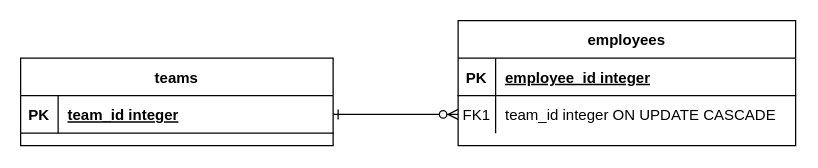
Before: Диаграмма без названия.drawio in mackchay/pg_FKtest, a draw.io diagram. Source tidied: cells renumbered, new cells numbered last; positions are measured from the earlier drawing's top-left corner, leaving out a move shared by most shapes. Both pictures are drawn from the tidied source at 125%, with x=0, y=0 at pixel (20, 20).
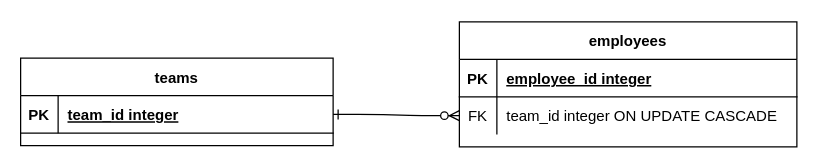
After the change.

The edit, as a diff of the source:
```diff
@@
 <mxGraphModel>
   <root>
     <mxCell id="0" />
     <mxCell id="1" parent="0" />
     <mxCell id="2" style="edgeStyle=entityRelationEdgeStyle;endArrow=ERzeroToMany;startArrow=ERone;endFill=1;startFill=0;" parent="1" edge="1" source="11" target="7">
       <mxGeometry relative="1" as="geometry" />
     </mxCell>
     <mxCell id="3" value="employees" style="shape=table;startSize=30;childLayout=tableLayout;rowLines=0;fontStyle=1;align=center;" parent="1" vertex="1">
-      <mxGeometry x="350" width="270" height="100" as="geometry" />
+      <mxGeometry x="351" y="1" width="270" height="100" as="geometry" />
     </mxCell>
     <mxCell id="4" style="shape=partialRectangle;fillColor=none;top=0;left=0;right=0;bottom=1;" parent="3" vertex="1">
       <mxGeometry y="30" width="270" height="30" as="geometry" />
     </mxCell>
     <mxCell id="5" value="PK" style="shape=partialRectangle;overflow=hidden;fillColor=none;top=0;left=0;bottom=0;right=0;fontStyle=1;" parent="4" vertex="1">
       <mxGeometry width="30" height="30" as="geometry" />
     </mxCell>
     <mxCell id="6" value="employee_id integer" style="shape=partialRectangle;overflow=hidden;fillColor=none;top=0;left=0;bottom=0;right=0;align=left;spacingLeft=6;fontStyle=5;" parent="4" vertex="1">
       <mxGeometry x="30" width="240" height="30" as="geometry" />
     </mxCell>
     <mxCell id="7" style="shape=partialRectangle;fillColor=none;points=[[0,0.5],[1,0.5]];portConstraint=eastwest;top=0;left=0;right=0;bottom=0;" parent="3" vertex="1">
       <mxGeometry y="60" width="270" height="30" as="geometry" />
     </mxCell>
-    <mxCell id="8" value="FK1" style="shape=partialRectangle;overflow=hidden;fillColor=none;top=0;left=0;bottom=0;right=0;" parent="7" vertex="1">
+    <mxCell id="8" value="FK" style="shape=partialRectangle;overflow=hidden;fillColor=none;top=0;left=0;bottom=0;right=0;" parent="7" vertex="1">
       <mxGeometry width="30" height="30" as="geometry" />
     </mxCell>
     <mxCell id="9" value="team_id integer ON UPDATE CASCADE" style="shape=partialRectangle;overflow=hidden;fillColor=none;top=0;left=0;bottom=0;right=0;align=left;spacingLeft=6;" parent="7" vertex="1">
       <mxGeometry x="30" width="240" height="30" as="geometry" />
     </mxCell>
     <mxCell id="10" value="teams" style="shape=table;startSize=30;childLayout=tableLayout;rowLines=0;fontStyle=1;align=center;" parent="1" vertex="1">
       <mxGeometry y="30" width="250" height="70" as="geometry" />
     </mxCell>
     <mxCell id="11" style="shape=partialRectangle;fillColor=none;points=[[0,0.5],[1,0.5]];portConstraint=eastwest;top=0;left=0;right=0;bottom=1;" parent="10" vertex="1">
       <mxGeometry y="30" width="250" height="30" as="geometry" />
     </mxCell>
     <mxCell id="12" value="PK" style="shape=partialRectangle;overflow=hidden;fillColor=none;top=0;left=0;bottom=0;right=0;fontStyle=1;" parent="11" vertex="1">
       <mxGeometry width="30" height="30" as="geometry" />
     </mxCell>
     <mxCell id="13" value="team_id integer" style="shape=partialRectangle;overflow=hidden;fillColor=none;top=0;left=0;bottom=0;right=0;align=left;spacingLeft=6;fontStyle=5;" parent="11" vertex="1">
       <mxGeometry x="30" width="220" height="30" as="geometry" />
     </mxCell>
   </root>
 </mxGraphModel>
```
